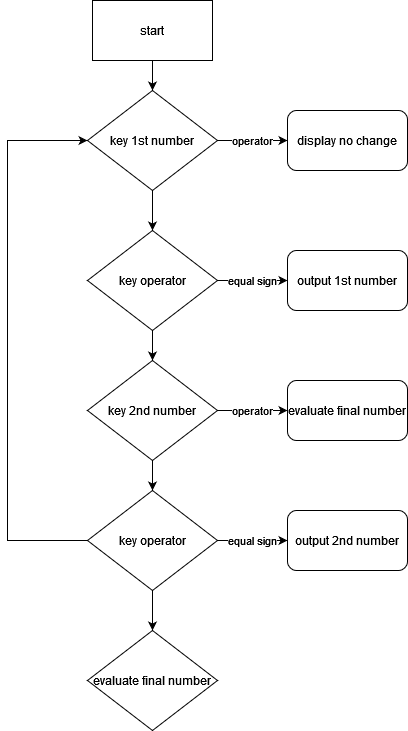
This is Calculator flowchart.drawio.png from ALdente95/calculator, a draw.io export, as it was before one commit. Source tidied: cells renumbered, new cells last; positions are measured from the earlier drawing's top-left corner, leaving out a move shared by most shapes.
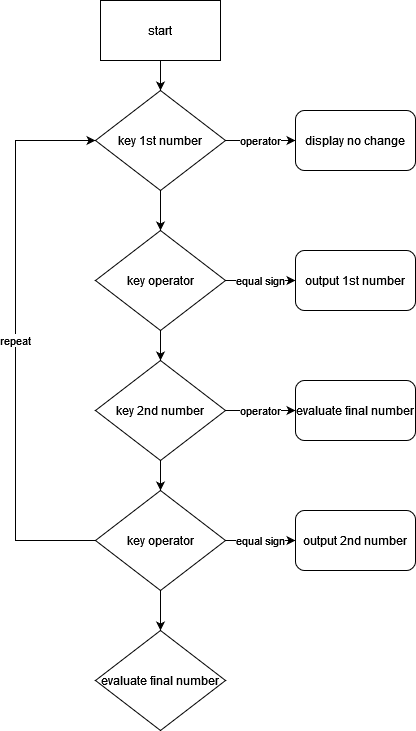
After the change.

The edit, as a diff of the source:
```diff
@@ -48,7 +48,7 @@
     <mxCell id="15" style="edgeStyle=orthogonalEdgeStyle;rounded=0;jettySize=auto;html=1;entryX=0.5;entryY=0;entryDx=0;entryDy=0;" parent="1" edge="1" source="17" target="19">
       <mxGeometry relative="1" as="geometry" />
     </mxCell>
-    <mxCell id="16" style="edgeStyle=orthogonalEdgeStyle;rounded=0;jettySize=auto;html=1;entryX=0;entryY=0.5;entryDx=0;entryDy=0;" parent="1" edge="1" source="17" target="5">
+    <mxCell id="16" value="repeat" style="edgeStyle=orthogonalEdgeStyle;rounded=0;jettySize=auto;html=1;entryX=0;entryY=0.5;entryDx=0;entryDy=0;" parent="1" edge="1" source="17" target="5">
       <mxGeometry relative="1" as="geometry">
         <Array as="points">
           <mxPoint y="540" />
```
